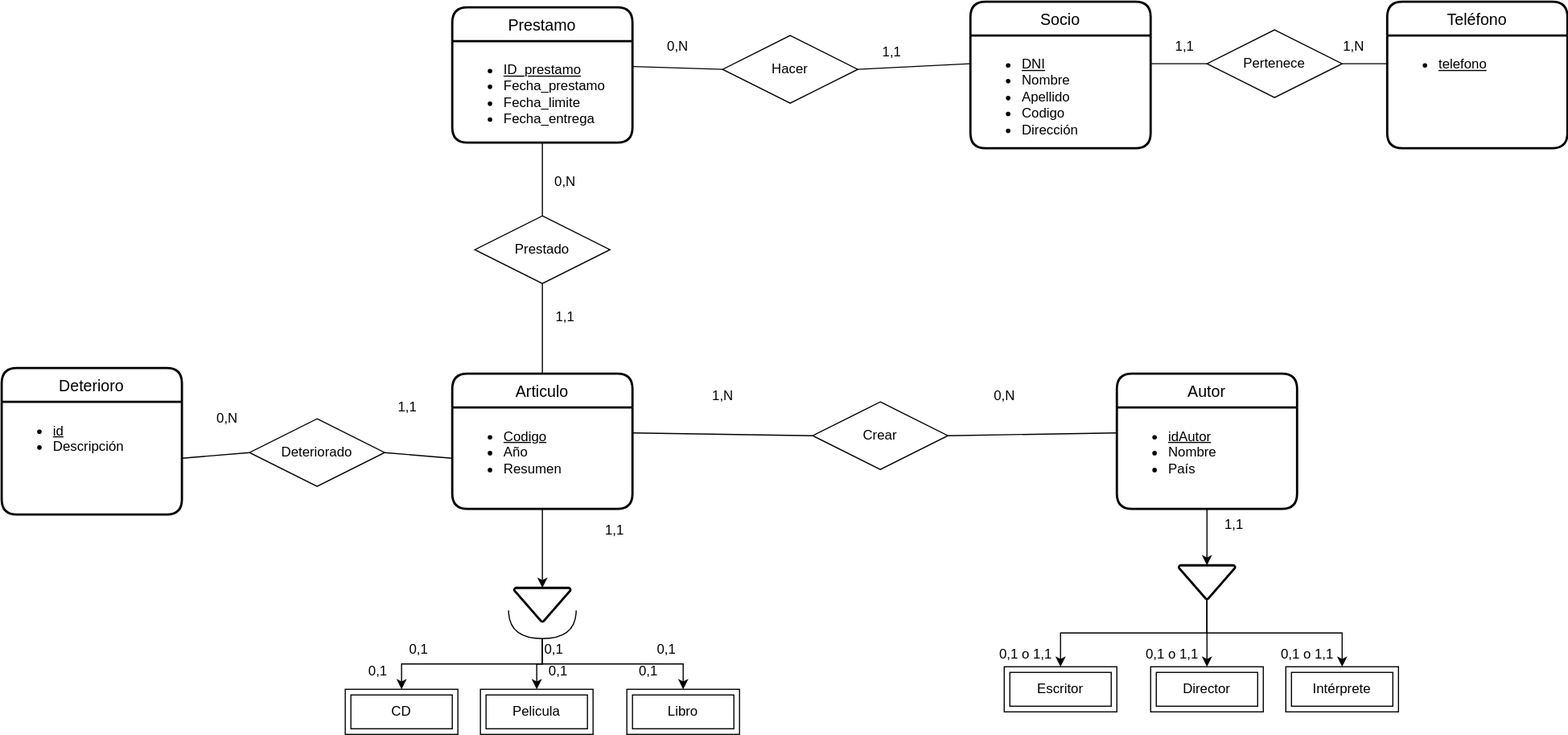
Jimxx22/C3-UD11-UML keeps this draw.io diagram as UD12-6.svg. Above is the earlier version. Source tidied: cells renumbered, new cells last; positions are measured from the earlier drawing's top-left corner, leaving out a move shared by most shapes.
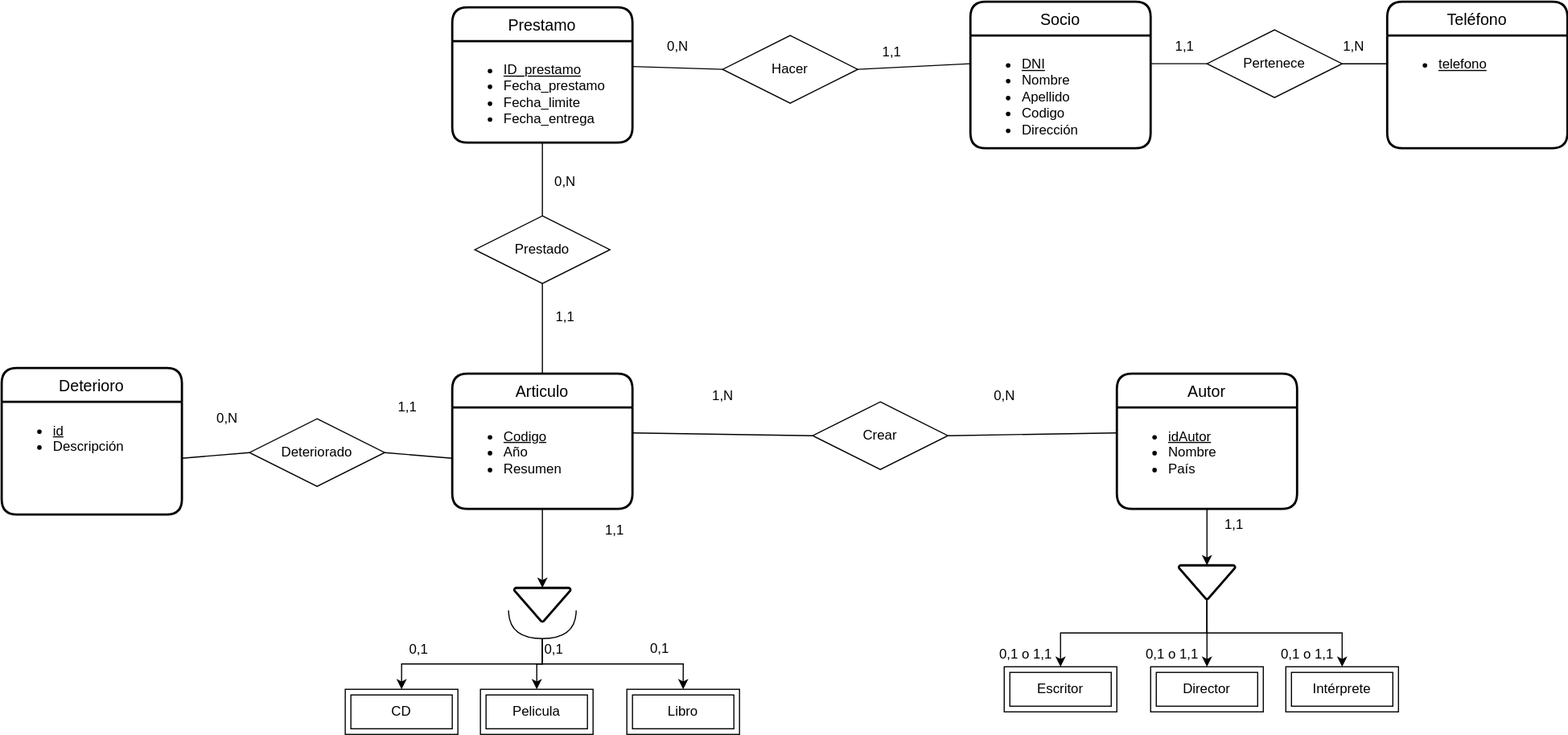
The same file after the commit.

Change to the diagram source:
```diff
@@ -95,7 +95,7 @@
     <mxCell id="32" value="1,1" style="text;html=1;align=center;verticalAlign=middle;strokeColor=none;fillColor=none;" parent="1" vertex="1">
       <mxGeometry x="770" y="30" width="40" height="30" as="geometry" />
     </mxCell>
-    <mxCell id="33" style="edgeStyle=orthogonalEdgeStyle;rounded=0;jettySize=auto;html=1;endArrow=none;endFill=0;exitX=0.5;exitY=1;exitDx=0;exitDy=0;exitPerimeter=0;" parent="1" edge="1" target="x">
+    <mxCell id="33" style="edgeStyle=orthogonalEdgeStyle;rounded=0;orthogonalLoop=1;jettySize=auto;html=1;endArrow=none;endFill=0;exitX=0.5;exitY=1;exitDx=0;exitDy=0;exitPerimeter=0;" parent="1" edge="1">
       <mxGeometry relative="1" as="geometry">
         <mxPoint x="530" y="220" as="sourcePoint" />
       </mxGeometry>
@@ -177,24 +177,15 @@
     <mxCell id="57" value="1,N" style="text;html=1;align=center;verticalAlign=middle;strokeColor=none;fillColor=none;" parent="1" vertex="1">
       <mxGeometry x="1180" y="25" width="40" height="30" as="geometry" />
     </mxCell>
-    <mxCell id="58" value="0,1" style="text;strokeColor=none;fillColor=none;spacingLeft=4;spacingRight=4;overflow=hidden;fontSize=12;rounded=0;glass=0;html=1;" parent="1" vertex="1">
-      <mxGeometry x="320" y="580" width="40" height="30" as="geometry" />
-    </mxCell>
     <mxCell id="59" value="0,1" style="text;html=1;align=center;verticalAlign=middle;strokeColor=none;fillColor=none;" parent="1" vertex="1">
       <mxGeometry x="350" y="560" width="40" height="30" as="geometry" />
     </mxCell>
-    <mxCell id="60" value="0,1" style="text;strokeColor=none;fillColor=none;spacingLeft=4;spacingRight=4;overflow=hidden;fontSize=12;rounded=0;glass=0;html=1;" parent="1" vertex="1">
-      <mxGeometry x="480" y="580" width="40" height="30" as="geometry" />
-    </mxCell>
     <mxCell id="61" value="0,1" style="text;html=1;align=center;verticalAlign=middle;strokeColor=none;fillColor=none;" parent="1" vertex="1">
       <mxGeometry x="470" y="560" width="40" height="30" as="geometry" />
     </mxCell>
     <mxCell id="62" value="0,1" style="text;strokeColor=none;fillColor=none;spacingLeft=4;spacingRight=4;overflow=hidden;fontSize=12;rounded=0;glass=0;html=1;" parent="1" vertex="1">
-      <mxGeometry x="560" y="580" width="40" height="30" as="geometry" />
+      <mxGeometry x="570" y="560" width="40" height="30" as="geometry" />
     </mxCell>
-    <mxCell id="63" value="0,1" style="text;html=1;align=center;verticalAlign=middle;strokeColor=none;fillColor=none;" parent="1" vertex="1">
-      <mxGeometry x="570" y="560" width="40" height="30" as="geometry" />
-    </mxCell>
     <mxCell id="64" value="0,1 o 1,1" style="text;strokeColor=none;fillColor=none;spacingLeft=4;spacingRight=4;overflow=hidden;fontSize=12;rounded=0;glass=0;html=1;" parent="1" vertex="1">
       <mxGeometry x="880" y="565" width="60" height="30" as="geometry" />
     </mxCell>
```
